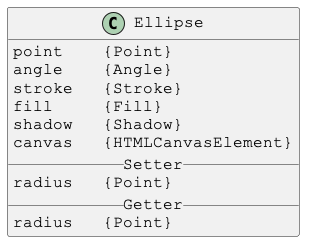
Above: docs/PlantUml/image/Ellipse.png in Justin-Byrne/canvasLab (PlantUML), before the change. Source of this version:
```plantuml
@startuml

skinparam DefaultFontSize 16
skinparam DefaultFontName Courier New

class Ellipse {
point    {Point}
angle    {Angle}
stroke   {Stroke}
fill     {Fill}
shadow   {Shadow}
canvas   {HTMLCanvasElement}
__ Setter __
radius   {Point}
__ Getter __
radius   {Point}
}

@enduml
```
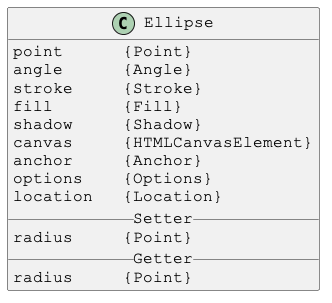
Above is the later version.

What changed in the source:
```diff
@@ -4,16 +4,19 @@
 skinparam DefaultFontName Courier New
 
 class Ellipse {
-point    {Point}
-angle    {Angle}
-stroke   {Stroke}
-fill     {Fill}
-shadow   {Shadow}
-canvas   {HTMLCanvasElement}
+point      {Point}
+angle      {Angle}
+stroke     {Stroke}
+fill       {Fill}
+shadow     {Shadow}
+canvas     {HTMLCanvasElement}
+anchor     {Anchor}
+options    {Options}
+location   {Location}
 __ Setter __
-radius   {Point}
+radius     {Point}
 __ Getter __
-radius   {Point}
+radius     {Point}
 }
 
 @enduml
```
